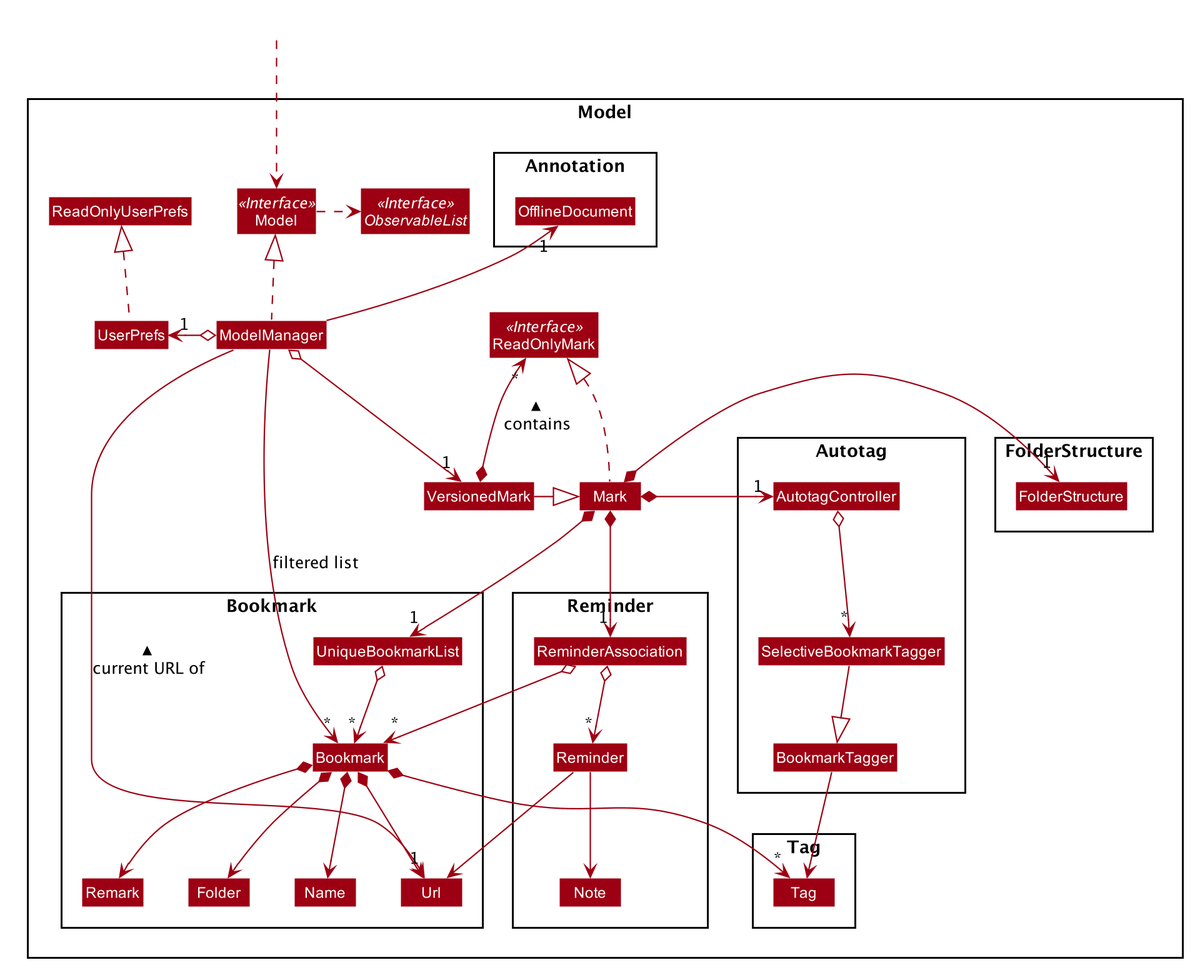
Earlier version of the PlantUML export images/ModelClassDiagram.png (AY1920S1-CS2103T-T13-4/main).
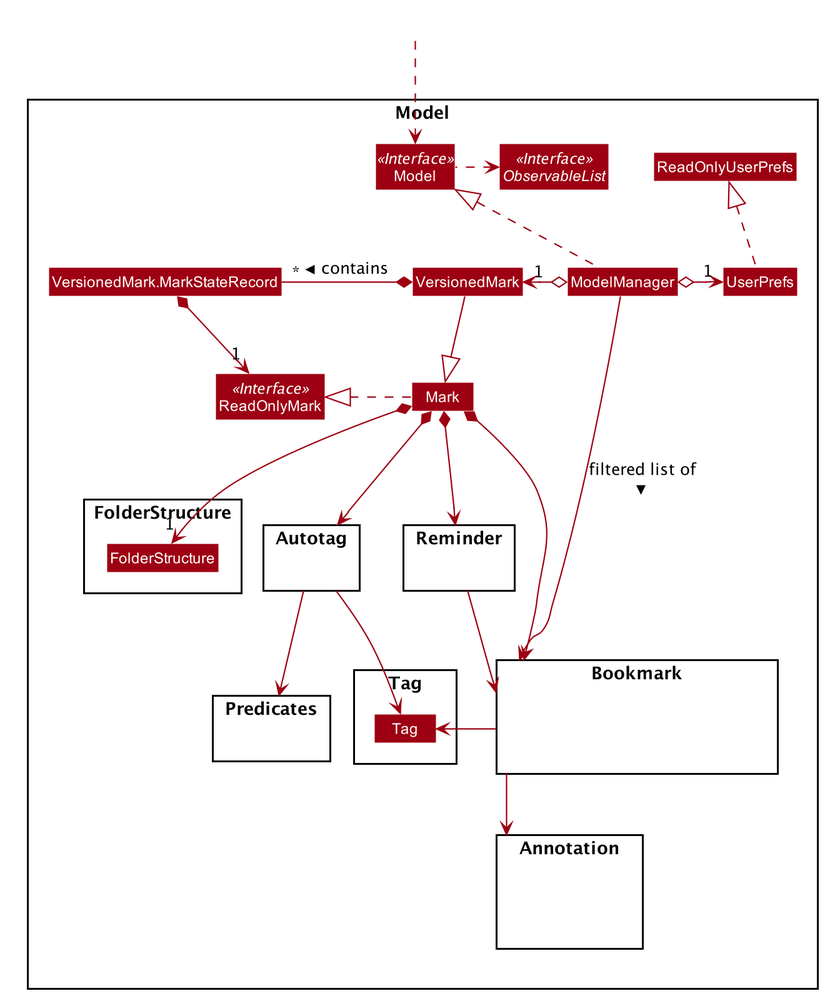
The same file after the commit.

The edit, as a diff of the source:
```diff
@@ -51,7 +51,7 @@
 skinparam arrowColor #9D0012
 skinparam classBackgroundColor #9D0012
 
-Package Model <<Rectangle>>{
+Package Model <<Rectangle>> {
 Interface ReadOnlyMark <<Interface>>
 Interface Model <<Interface>>
 Interface ObservableList <<Interface>>
@@ -62,34 +62,28 @@
 Class ModelManager
 Class UserPrefs
 Class ReadOnlyUserPrefs
+Class VersionedMark.MarkStateRecord
 
 Package FolderStructure {
 Class FolderStructure
 }
 
 Package Reminder {
-Class Reminder
-Class Note
-Class ReminderAssociation
 }
 
 Package Autotag {
-Class AutotagController
-Class BookmarkTagger
-Class SelectiveBookmarkTagger
 }
 
 Package Bookmark {
-Class Bookmark
-Class Name
-Class Url
-Class Remark
-Class Folder
-Class UniqueBookmarkList
+Class HiddenB1 #FFFFFF
+Class HiddenB2 #FFFFFF
 }
 
 Package Annotation {
-Class OfflineDocument
+Class A #FFFFFF
+}
+
+Package Predicates {
 }
 
 Package Tag {
@@ -101,42 +95,34 @@
 HiddenOutside ..> Model
 
 ModelManager .up.|> Model
-Model .right.> ObservableList
-ModelManager o--> "1" VersionedMark
-ModelManager o-left-> "1" UserPrefs
-ModelManager --> "*" Bookmark : filtered list
-ModelManager -up-> "1" OfflineDocument
-ModelManager --> "1" Url : < current URL of
+Model .left.> ObservableList
+ModelManager o-left-> "1" VersionedMark
+ModelManager o-right-> "1" UserPrefs
+ModelManager -down--> Bookmark : filtered list of >
 
 UserPrefs .up.|> ReadOnlyUserPrefs
 
-Mark .up.|> ReadOnlyMark
-VersionedMark -|> Mark
-VersionedMark *-up-> "*" ReadOnlyMark : contains >
+Mark .right.|> ReadOnlyMark
+VersionedMark -down-|> Mark
+VersionedMark *-left "*" VersionedMark.MarkStateRecord : contains >
+VersionedMark.MarkStateRecord *-down> "1" ReadOnlyMark
 
-Mark *--> "1" UniqueBookmarkList
-Mark *-left-> "1" FolderStructure
-Mark *--> "1" ReminderAssociation
-Mark *-left-> "1" AutotagController
+Mark *--> Bookmark
+Mark *-right-> "1" FolderStructure
+Mark *--> Reminder
+Mark *--> Autotag
 
-UniqueBookmarkList o--> "*" Bookmark
-Bookmark *--> Name
-Bookmark *--> Url
-Bookmark *--> Remark
-Bookmark *--> Folder
-Bookmark *--> "*" Tag
+FolderStructure -[hidden]left-> Autotag
+Autotag -[hidden]left-> Reminder
 
-Name -[hidden]right-> Url
-Url -[hidden]right-> Remark
-Remark -[hidden]right-> Folder
+Bookmark -left-> Tag
+Bookmark --> Annotation
 
-ReminderAssociation o--> "*" Bookmark
-ReminderAssociation o--> "*" Reminder
-Reminder --> Url
-Reminder --> Note
+HiddenB1 -[hidden]right-> HiddenB2
 
-AutotagController o--> "*" SelectiveBookmarkTagger
-SelectiveBookmarkTagger -down-|> BookmarkTagger
-BookmarkTagger --> Tag
+Reminder -right-> Bookmark
+
+Autotag --> Tag
+Autotag -down-> Predicates
 
 @enduml
```
